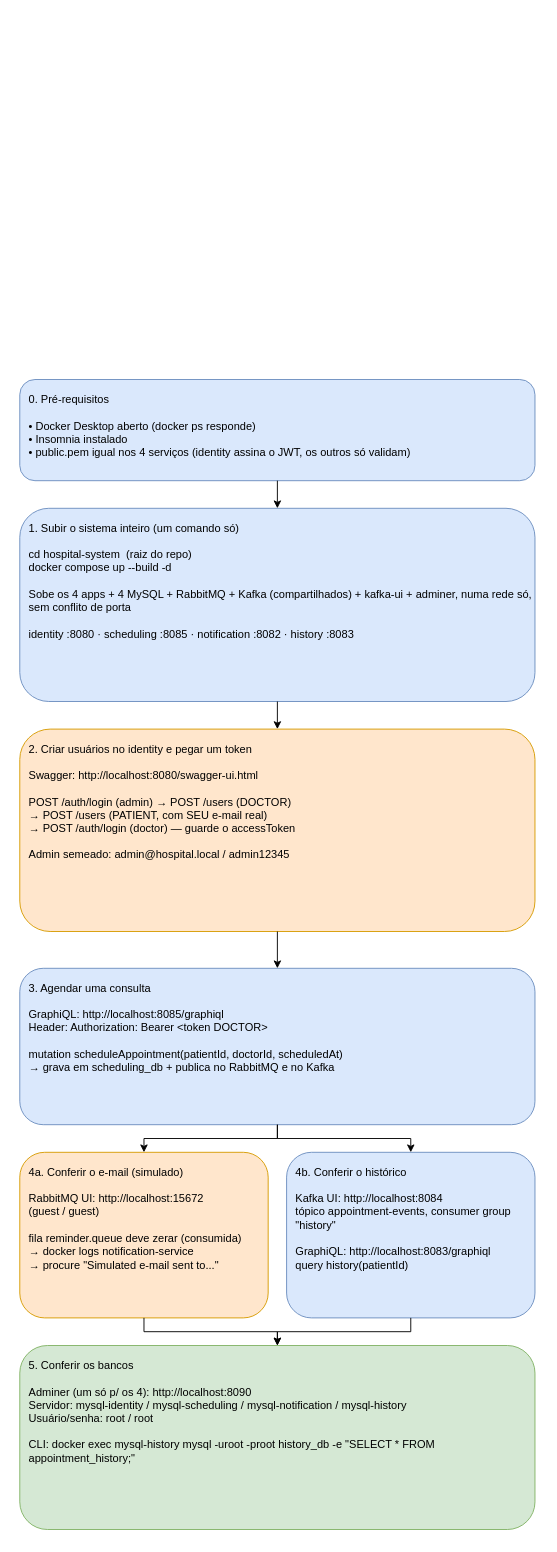
Before: page "Fluxo ponta a ponta" (2 of 2) of arquitetura-sistemas.drawio in biadevcosta/hospital-system, a draw.io diagram. Source tidied: cells renumbered, new cells numbered last; positions are measured from the earlier drawing's top-left corner, leaving out a move shared by most shapes. Both pictures are drawn from the tidied source at 92%, with x=0, y=0 at pixel (19, 379).
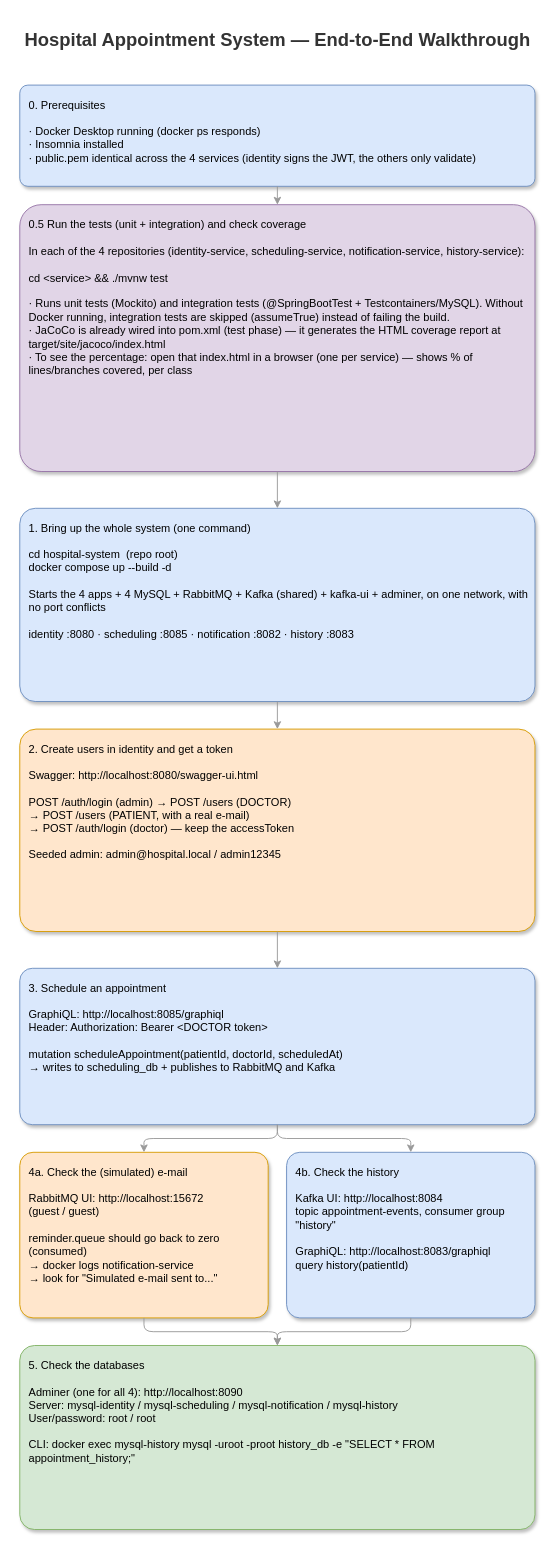
After the change.

The edit, as a diff of the source:
```diff
@@
 <mxGraphModel>
   <root>
     <mxCell id="0" />
     <mxCell id="1" parent="0" />
+    <mxCell id="16" value="Hospital Appointment System &amp;mdash; End-to-End Walkthrough" style="text;html=1;align=center;verticalAlign=middle;fontSize=20;fontStyle=1;fontColor=#333333;" parent="1" vertex="1">
+      <mxGeometry y="-395" width="560" height="50" as="geometry" />
+    </mxCell>
-    <mxCell id="2" value="0. Pré-requisitos&lt;div&gt;&lt;br&gt;&lt;/div&gt;&lt;div&gt;• Docker Desktop aberto (docker ps responde)&lt;/div&gt;&lt;div&gt;• Insomnia instalado&lt;/div&gt;&lt;div&gt;• public.pem igual nos 4 serviços (identity assina o JWT, os outros só validam)&lt;/div&gt;" style="rounded=1;whiteSpace=wrap;html=1;fillColor=#dae8fc;strokeColor=#6c8ebf;verticalAlign=top;align=left;spacingLeft=8;spacingTop=8;" parent="1" vertex="1">
-      <mxGeometry width="560" height="110" as="geometry" />
+    <mxCell id="2" value="0. Prerequisites&lt;div&gt;&lt;br&gt;&lt;/div&gt;&lt;div&gt;&amp;middot; Docker Desktop running (docker ps responds)&lt;/div&gt;&lt;div&gt;&amp;middot; Insomnia installed&lt;/div&gt;&lt;div&gt;&amp;middot; public.pem identical across the 4 services (identity signs the JWT, the others only validate)&lt;/div&gt;" style="rounded=1;arcSize=8;shadow=1;whiteSpace=wrap;html=1;fillColor=#dae8fc;strokeColor=#6c8ebf;fontSize=12;verticalAlign=top;align=left;spacingLeft=8;spacingTop=8;" parent="1" vertex="1">
+      <mxGeometry y="-320" width="560" height="110" as="geometry" />
     </mxCell>
+    <mxCell id="17" value="0.5 Run the tests (unit + integration) and check coverage&lt;div&gt;&lt;br&gt;&lt;/div&gt;&lt;div&gt;In each of the 4 repositories (identity-service, scheduling-service, notification-service, history-service):&lt;/div&gt;&lt;div&gt;&lt;br&gt;&lt;/div&gt;&lt;div&gt;cd &amp;lt;service&amp;gt; &amp;amp;&amp;amp; ./mvnw test&lt;/div&gt;&lt;div&gt;&lt;br&gt;&lt;/div&gt;&lt;div&gt;&amp;middot; Runs unit tests (Mockito) and integration tests (@SpringBootTest + Testcontainers/MySQL). Without Docker running, integration tests are skipped (assumeTrue) instead of failing the build.&lt;/div&gt;&lt;div&gt;&amp;middot; JaCoCo is already wired into pom.xml (test phase) &amp;mdash; it generates the HTML coverage report at target/site/jacoco/index.html&lt;/div&gt;&lt;div&gt;&amp;middot; To see the percentage: open that index.html in a browser (one per service) &amp;mdash; shows % of lines/branches covered, per class&lt;/div&gt;" style="rounded=1;arcSize=8;shadow=1;whiteSpace=wrap;html=1;fillColor=#e1d5e7;strokeColor=#9673a6;fontSize=12;verticalAlign=top;align=left;spacingLeft=8;spacingTop=8;" parent="1" vertex="1">
+      <mxGeometry y="-190" width="560" height="290" as="geometry" />
+    </mxCell>
-    <mxCell id="3" value="1. Subir o sistema inteiro (um comando só)&lt;div&gt;&lt;br&gt;&lt;/div&gt;&lt;div&gt;cd hospital-system &amp;#160;(raiz do repo)&lt;/div&gt;&lt;div&gt;docker compose up --build -d&lt;/div&gt;&lt;div&gt;&lt;br&gt;&lt;/div&gt;&lt;div&gt;Sobe os 4 apps + 4 MySQL + RabbitMQ + Kafka (compartilhados) + kafka-ui + adminer, numa rede só, sem conflito de porta&lt;/div&gt;&lt;div&gt;&lt;br&gt;&lt;/div&gt;&lt;div&gt;identity :8080 · scheduling :8085 · notification :8082 · history :8083&lt;/div&gt;" style="rounded=1;whiteSpace=wrap;html=1;fillColor=#dae8fc;strokeColor=#6c8ebf;verticalAlign=top;align=left;spacingLeft=8;spacingTop=8;" parent="1" vertex="1">
+    <mxCell id="3" value="1. Bring up the whole system (one command)&lt;div&gt;&lt;br&gt;&lt;/div&gt;&lt;div&gt;cd hospital-system &amp;#160;(repo root)&lt;/div&gt;&lt;div&gt;docker compose up --build -d&lt;/div&gt;&lt;div&gt;&lt;br&gt;&lt;/div&gt;&lt;div&gt;Starts the 4 apps + 4 MySQL + RabbitMQ + Kafka (shared) + kafka-ui + adminer, on one network, with no port conflicts&lt;/div&gt;&lt;div&gt;&lt;br&gt;&lt;/div&gt;&lt;div&gt;identity :8080 &amp;middot; scheduling :8085 &amp;middot; notification :8082 &amp;middot; history :8083&lt;/div&gt;" style="rounded=1;arcSize=8;shadow=1;whiteSpace=wrap;html=1;fillColor=#dae8fc;strokeColor=#6c8ebf;fontSize=12;verticalAlign=top;align=left;spacingLeft=8;spacingTop=8;" parent="1" vertex="1">
       <mxGeometry y="140" width="560" height="210" as="geometry" />
     </mxCell>
-    <mxCell id="4" value="2. Criar usuários no identity e pegar um token&lt;div&gt;&lt;br&gt;&lt;/div&gt;&lt;div&gt;Swagger: http://localhost:8080/swagger-ui.html&lt;/div&gt;&lt;div&gt;&lt;br&gt;&lt;/div&gt;&lt;div&gt;POST /auth/login (admin) → POST /users (DOCTOR)&lt;/div&gt;&lt;div&gt;→ POST /users (PATIENT, com SEU e-mail real)&lt;/div&gt;&lt;div&gt;→ POST /auth/login (doctor) — guarde o accessToken&lt;/div&gt;&lt;div&gt;&lt;br&gt;&lt;/div&gt;&lt;div&gt;Admin semeado: admin@hospital.local / admin12345&lt;/div&gt;" style="rounded=1;whiteSpace=wrap;html=1;fillColor=#ffe6cc;strokeColor=#d79b00;verticalAlign=top;align=left;spacingLeft=8;spacingTop=8;" parent="1" vertex="1">
+    <mxCell id="4" value="2. Create users in identity and get a token&lt;div&gt;&lt;br&gt;&lt;/div&gt;&lt;div&gt;Swagger: http://localhost:8080/swagger-ui.html&lt;/div&gt;&lt;div&gt;&lt;br&gt;&lt;/div&gt;&lt;div&gt;POST /auth/login (admin) &amp;rarr; POST /users (DOCTOR)&lt;/div&gt;&lt;div&gt;&amp;rarr; POST /users (PATIENT, with a real e-mail)&lt;/div&gt;&lt;div&gt;&amp;rarr; POST /auth/login (doctor) &amp;mdash; keep the accessToken&lt;/div&gt;&lt;div&gt;&lt;br&gt;&lt;/div&gt;&lt;div&gt;Seeded admin: admin@hospital.local / admin12345&lt;/div&gt;" style="rounded=1;arcSize=8;shadow=1;whiteSpace=wrap;html=1;fillColor=#ffe6cc;strokeColor=#d79b00;fontSize=12;verticalAlign=top;align=left;spacingLeft=8;spacingTop=8;" parent="1" vertex="1">
       <mxGeometry y="380" width="560" height="220" as="geometry" />
     </mxCell>
-    <mxCell id="5" value="3. Agendar uma consulta&lt;div&gt;&lt;br&gt;&lt;/div&gt;&lt;div&gt;GraphiQL: http://localhost:8085/graphiql&lt;/div&gt;&lt;div&gt;Header: Authorization: Bearer &amp;lt;token DOCTOR&amp;gt;&lt;/div&gt;&lt;div&gt;&lt;br&gt;&lt;/div&gt;&lt;div&gt;mutation scheduleAppointment(patientId, doctorId, scheduledAt)&lt;/div&gt;&lt;div&gt;→ grava em scheduling_db + publica no RabbitMQ e no Kafka&lt;/div&gt;" style="rounded=1;whiteSpace=wrap;html=1;fillColor=#dae8fc;strokeColor=#6c8ebf;verticalAlign=top;align=left;spacingLeft=8;spacingTop=8;" parent="1" vertex="1">
+    <mxCell id="5" value="3. Schedule an appointment&lt;div&gt;&lt;br&gt;&lt;/div&gt;&lt;div&gt;GraphiQL: http://localhost:8085/graphiql&lt;/div&gt;&lt;div&gt;Header: Authorization: Bearer &amp;lt;DOCTOR token&amp;gt;&lt;/div&gt;&lt;div&gt;&lt;br&gt;&lt;/div&gt;&lt;div&gt;mutation scheduleAppointment(patientId, doctorId, scheduledAt)&lt;/div&gt;&lt;div&gt;&amp;rarr; writes to scheduling_db + publishes to RabbitMQ and Kafka&lt;/div&gt;" style="rounded=1;arcSize=8;shadow=1;whiteSpace=wrap;html=1;fillColor=#dae8fc;strokeColor=#6c8ebf;fontSize=12;verticalAlign=top;align=left;spacingLeft=8;spacingTop=8;" parent="1" vertex="1">
       <mxGeometry y="640" width="560" height="170" as="geometry" />
     </mxCell>
-    <mxCell id="6" value="4a. Conferir o e-mail (simulado)&lt;div&gt;&lt;br&gt;&lt;/div&gt;&lt;div&gt;RabbitMQ UI: http://localhost:15672&lt;/div&gt;&lt;div&gt;(guest / guest)&lt;/div&gt;&lt;div&gt;&lt;br&gt;&lt;/div&gt;&lt;div&gt;fila reminder.queue deve zerar (consumida)&lt;/div&gt;&lt;div&gt;→ docker logs notification-service&lt;/div&gt;&lt;div&gt;→ procure &quot;Simulated e-mail sent to...&quot;&lt;/div&gt;" style="rounded=1;whiteSpace=wrap;html=1;fillColor=#ffe6cc;strokeColor=#d79b00;verticalAlign=top;align=left;spacingLeft=8;spacingTop=8;" parent="1" vertex="1">
+    <mxCell id="6" value="4a. Check the (simulated) e-mail&lt;div&gt;&lt;br&gt;&lt;/div&gt;&lt;div&gt;RabbitMQ UI: http://localhost:15672&lt;/div&gt;&lt;div&gt;(guest / guest)&lt;/div&gt;&lt;div&gt;&lt;br&gt;&lt;/div&gt;&lt;div&gt;reminder.queue should go back to zero (consumed)&lt;/div&gt;&lt;div&gt;&amp;rarr; docker logs notification-service&lt;/div&gt;&lt;div&gt;&amp;rarr; look for &amp;quot;Simulated e-mail sent to...&amp;quot;&lt;/div&gt;" style="rounded=1;arcSize=8;shadow=1;whiteSpace=wrap;html=1;fillColor=#ffe6cc;strokeColor=#d79b00;fontSize=12;verticalAlign=top;align=left;spacingLeft=8;spacingTop=8;" parent="1" vertex="1">
       <mxGeometry y="840" width="270" height="180" as="geometry" />
     </mxCell>
-    <mxCell id="7" value="4b. Conferir o histórico&lt;div&gt;&lt;br&gt;&lt;/div&gt;&lt;div&gt;Kafka UI: http://localhost:8084&lt;/div&gt;&lt;div&gt;tópico appointment-events, consumer group &quot;history&quot;&lt;/div&gt;&lt;div&gt;&lt;br&gt;&lt;/div&gt;&lt;div&gt;GraphiQL: http://localhost:8083/graphiql&lt;/div&gt;&lt;div&gt;query history(patientId)&lt;/div&gt;" style="rounded=1;whiteSpace=wrap;html=1;fillColor=#dae8fc;strokeColor=#6c8ebf;verticalAlign=top;align=left;spacingLeft=8;spacingTop=8;" parent="1" vertex="1">
+    <mxCell id="7" value="4b. Check the history&lt;div&gt;&lt;br&gt;&lt;/div&gt;&lt;div&gt;Kafka UI: http://localhost:8084&lt;/div&gt;&lt;div&gt;topic appointment-events, consumer group &amp;quot;history&amp;quot;&lt;/div&gt;&lt;div&gt;&lt;br&gt;&lt;/div&gt;&lt;div&gt;GraphiQL: http://localhost:8083/graphiql&lt;/div&gt;&lt;div&gt;query history(patientId)&lt;/div&gt;" style="rounded=1;arcSize=8;shadow=1;whiteSpace=wrap;html=1;fillColor=#dae8fc;strokeColor=#6c8ebf;fontSize=12;verticalAlign=top;align=left;spacingLeft=8;spacingTop=8;" parent="1" vertex="1">
       <mxGeometry x="290" y="840" width="270" height="180" as="geometry" />
     </mxCell>
-    <mxCell id="8" value="5. Conferir os bancos&lt;div&gt;&lt;br&gt;&lt;/div&gt;&lt;div&gt;Adminer (um só p/ os 4): http://localhost:8090&lt;/div&gt;&lt;div&gt;Servidor: mysql-identity / mysql-scheduling / mysql-notification / mysql-history&lt;/div&gt;&lt;div&gt;Usuário/senha: root / root&lt;/div&gt;&lt;div&gt;&lt;br&gt;&lt;/div&gt;&lt;div&gt;CLI: docker exec mysql-history mysql -uroot -proot history_db -e &quot;SELECT * FROM appointment_history;&quot;&lt;/div&gt;" style="rounded=1;whiteSpace=wrap;html=1;fillColor=#d5e8d4;strokeColor=#82b366;verticalAlign=top;align=left;spacingLeft=8;spacingTop=8;" parent="1" vertex="1">
+    <mxCell id="8" value="5. Check the databases&lt;div&gt;&lt;br&gt;&lt;/div&gt;&lt;div&gt;Adminer (one for all 4): http://localhost:8090&lt;/div&gt;&lt;div&gt;Server: mysql-identity / mysql-scheduling / mysql-notification / mysql-history&lt;/div&gt;&lt;div&gt;User/password: root / root&lt;/div&gt;&lt;div&gt;&lt;br&gt;&lt;/div&gt;&lt;div&gt;CLI: docker exec mysql-history mysql -uroot -proot history_db -e &amp;quot;SELECT * FROM appointment_history;&amp;quot;&lt;/div&gt;" style="rounded=1;arcSize=8;shadow=1;whiteSpace=wrap;html=1;fillColor=#d5e8d4;strokeColor=#82b366;fontSize=12;verticalAlign=top;align=left;spacingLeft=8;spacingTop=8;" parent="1" vertex="1">
       <mxGeometry y="1050" width="560" height="200" as="geometry" />
     </mxCell>
-    <mxCell id="9" style="edgeStyle=orthogonalEdgeStyle;rounded=0;html=1;" parent="1" edge="1" source="2" target="3">
-      <mxGeometry relative="1" as="geometry" />
-    </mxCell>
+    <mxCell id="18" style="edgeStyle=orthogonalEdgeStyle;rounded=1;html=1;strokeColor=#999999;" parent="1" edge="1" source="2" target="17">
+      <mxGeometry relative="1" as="geometry" />
+    </mxCell>
+    <mxCell id="19" style="edgeStyle=orthogonalEdgeStyle;rounded=1;html=1;strokeColor=#999999;" parent="1" edge="1" source="17" target="3">
+      <mxGeometry relative="1" as="geometry" />
+    </mxCell>
-    <mxCell id="10" style="edgeStyle=orthogonalEdgeStyle;rounded=0;html=1;" parent="1" edge="1" source="3" target="4">
+    <mxCell id="10" style="edgeStyle=orthogonalEdgeStyle;rounded=1;html=1;strokeColor=#999999;" parent="1" edge="1" source="3" target="4">
       <mxGeometry relative="1" as="geometry" />
     </mxCell>
-    <mxCell id="11" style="edgeStyle=orthogonalEdgeStyle;rounded=0;html=1;" parent="1" edge="1" source="4" target="5">
+    <mxCell id="11" style="edgeStyle=orthogonalEdgeStyle;rounded=1;html=1;strokeColor=#999999;" parent="1" edge="1" source="4" target="5">
       <mxGeometry relative="1" as="geometry" />
     </mxCell>
-    <mxCell id="12" style="edgeStyle=orthogonalEdgeStyle;rounded=0;html=1;" parent="1" edge="1" source="5" target="6">
+    <mxCell id="12" style="edgeStyle=orthogonalEdgeStyle;rounded=1;html=1;strokeColor=#999999;" parent="1" edge="1" source="5" target="6">
       <mxGeometry relative="1" as="geometry" />
     </mxCell>
-    <mxCell id="13" style="edgeStyle=orthogonalEdgeStyle;rounded=0;html=1;" parent="1" edge="1" source="5" target="7">
+    <mxCell id="13" style="edgeStyle=orthogonalEdgeStyle;rounded=1;html=1;strokeColor=#999999;" parent="1" edge="1" source="5" target="7">
       <mxGeometry relative="1" as="geometry" />
     </mxCell>
-    <mxCell id="14" style="edgeStyle=orthogonalEdgeStyle;rounded=0;html=1;" parent="1" edge="1" source="6" target="8">
+    <mxCell id="14" style="edgeStyle=orthogonalEdgeStyle;rounded=1;html=1;strokeColor=#999999;" parent="1" edge="1" source="6" target="8">
       <mxGeometry relative="1" as="geometry" />
     </mxCell>
-    <mxCell id="15" style="edgeStyle=orthogonalEdgeStyle;rounded=0;html=1;" parent="1" edge="1" source="7" target="8">
+    <mxCell id="15" style="edgeStyle=orthogonalEdgeStyle;rounded=1;html=1;strokeColor=#999999;" parent="1" edge="1" source="7" target="8">
       <mxGeometry relative="1" as="geometry" />
     </mxCell>
   </root>
 </mxGraphModel>
```
